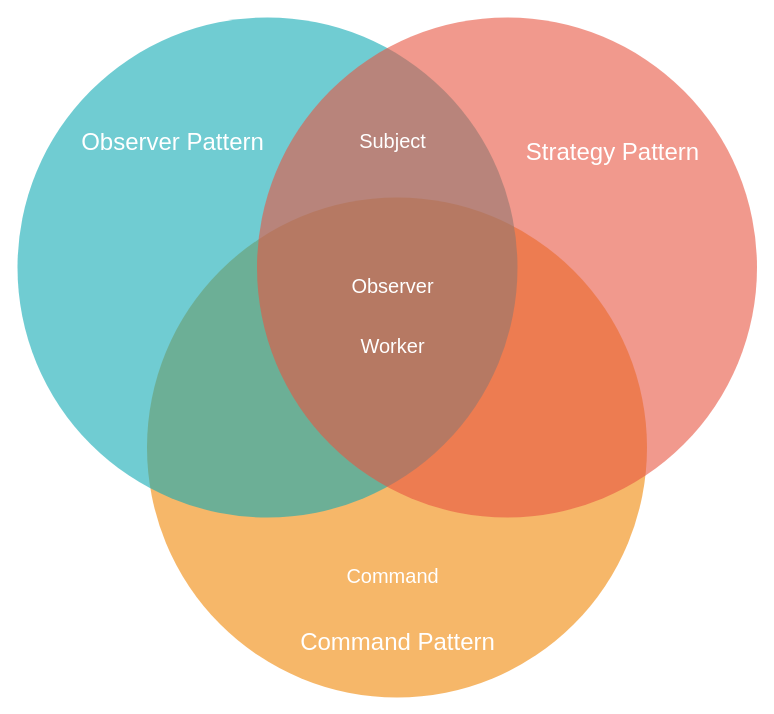
Before: InterfaceDesignPatternVenn.drawio in pascalreiss/draw_io_stuff, a draw.io diagram. Source tidied: cells renumbered, new cells numbered last; positions are measured from the earlier drawing's top-left corner, leaving out a move shared by most shapes. Both pictures are drawn from the tidied source at 100%, with x=0, y=0 at pixel (17, 17).
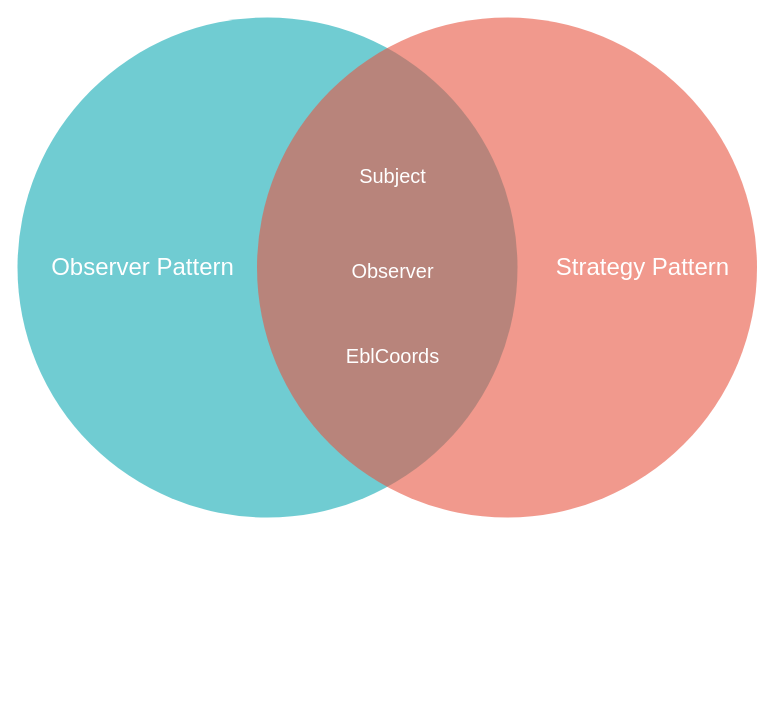
The same diagram, later.

The edit, as a diff of the source:
```diff
@@
 <mxGraphModel>
   <root>
     <mxCell id="0" />
     <mxCell id="1" parent="0" />
-    <mxCell id="2" style="ellipse;fillColor=#F08705;opacity=60;strokeColor=none;html=1;fontColor=#FFFFFF;" parent="1" vertex="1">
-      <mxGeometry x="129.5" y="180" width="500" height="500" as="geometry" />
-    </mxCell>
     <mxCell id="3" style="ellipse;fillColor=#12AAB5;opacity=60;strokeColor=none;html=1;fontColor=#FFFFFF;" parent="1" vertex="1">
       <mxGeometry width="500" height="500" as="geometry" />
     </mxCell>
     <mxCell id="4" style="ellipse;fillColor=#e85642;opacity=60;strokeColor=none;html=1;fontColor=#FFFFFF;" parent="1" vertex="1">
       <mxGeometry x="239.5" width="500" height="500" as="geometry" />
     </mxCell>
     <mxCell id="5" value="Observer Pattern" style="text;fontSize=24;align=center;verticalAlign=middle;html=1;fontColor=#FFFFFF;" parent="1" vertex="1">
-      <mxGeometry x="60" y="90" width="190" height="70" as="geometry" />
+      <mxGeometry x="30" y="215" width="190" height="70" as="geometry" />
     </mxCell>
     <mxCell id="6" value="Strategy Pattern" style="text;fontSize=24;align=center;verticalAlign=middle;html=1;fontColor=#FFFFFF;" parent="1" vertex="1">
-      <mxGeometry x="500" y="100" width="190" height="70" as="geometry" />
+      <mxGeometry x="530" y="215" width="190" height="70" as="geometry" />
     </mxCell>
-    <mxCell id="7" value="Command Pattern" style="text;fontSize=24;align=center;verticalAlign=middle;html=1;fontColor=#FFFFFF;" parent="1" vertex="1">
-      <mxGeometry x="284.5" y="590" width="190" height="70" as="geometry" />
-    </mxCell>
     <mxCell id="8" value="Subject" style="text;align=center;html=1;fontColor=#FFFFFF;fontSize=20;" parent="1" vertex="1">
-      <mxGeometry x="355" y="105" width="40" height="40" as="geometry" />
+      <mxGeometry x="355" y="140" width="40" height="40" as="geometry" />
     </mxCell>
     <mxCell id="9" value="Observer" style="text;align=center;html=1;fontColor=#FFFFFF;fontSize=20;" parent="1" vertex="1">
-      <mxGeometry x="355" y="250" width="40" height="30" as="geometry" />
+      <mxGeometry x="355" y="235" width="40" height="30" as="geometry" />
     </mxCell>
-    <mxCell id="10" value="Command" style="text;align=center;html=1;fontColor=#FFFFFF;fontSize=20;" parent="1" vertex="1">
-      <mxGeometry x="355" y="540" width="40" height="30" as="geometry" />
-    </mxCell>
-    <mxCell id="11" value="Worker" style="text;align=center;html=1;fontColor=#FFFFFF;fontSize=20;" parent="1" vertex="1">
-      <mxGeometry x="355" y="310" width="40" height="30" as="geometry" />
+    <mxCell id="11" value="EblCoords" style="text;align=center;html=1;fontColor=#FFFFFF;fontSize=20;" parent="1" vertex="1">
+      <mxGeometry x="355" y="320" width="40" height="30" as="geometry" />
     </mxCell>
   </root>
 </mxGraphModel>
```
